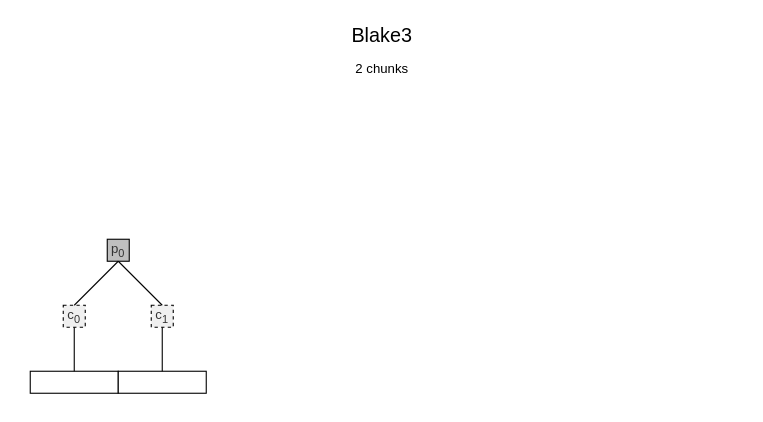
The draw.io diagram page "Blake-2" (2 of 26) of blake-tree.drawio in rklaehn/ipfs-embed-ipfs-camp-2022, before the edit. Source tidied: cells renumbered, new cells numbered last; positions are measured from the earlier drawing's top-left corner, leaving out a move shared by most shapes. Both pictures are drawn from the tidied source at 110%, with x=0, y=0 at pixel (19, 19).
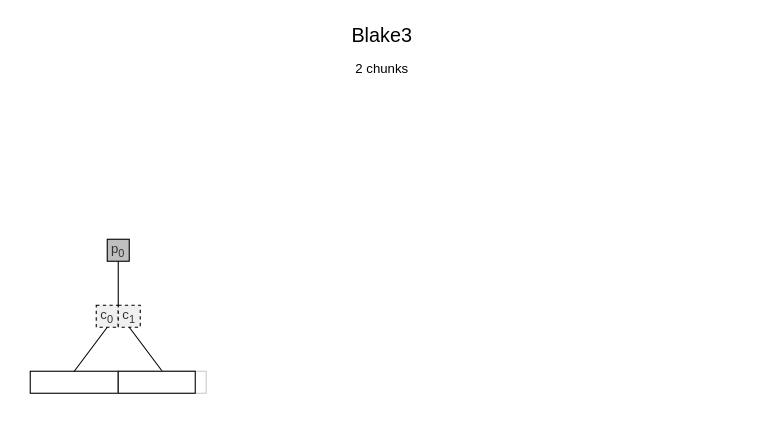
After the change.

Change to the diagram source:
```diff
@@
 <mxGraphModel>
   <root>
     <mxCell id="0" />
     <mxCell id="1" parent="0" />
     <mxCell id="2" style="rounded=0;whiteSpace=wrap;html=1;strokeColor=none;" parent="1" vertex="1">
       <mxGeometry width="660" height="350" as="geometry" />
     </mxCell>
     <mxCell id="3" value="2 chunks" style="text;html=1;strokeColor=none;fillColor=none;align=center;verticalAlign=middle;whiteSpace=wrap;rounded=0;" parent="1" vertex="1">
       <mxGeometry x="270" y="30" width="120" height="30" as="geometry" />
     </mxCell>
     <mxCell id="4" style="rounded=0;whiteSpace=wrap;html=1;" parent="1" vertex="1">
       <mxGeometry x="10" y="320" width="80" height="20" as="geometry" />
     </mxCell>
     <mxCell id="5" value="c&lt;sub&gt;0&lt;/sub&gt;" style="whiteSpace=wrap;html=1;fillColor=#F0F0F0;strokeColor=#000000;fontColor=#333333;dashed=1;" parent="1" vertex="1">
-      <mxGeometry x="40" y="260" width="20" height="20" as="geometry" />
+      <mxGeometry x="70" y="260" width="20" height="20" as="geometry" />
     </mxCell>
     <mxCell id="6" value="&lt;font style=&quot;font-size: 18px;&quot;&gt;Blake3&lt;/font&gt;" style="text;strokeColor=none;fillColor=none;align=center;verticalAlign=middle;spacingLeft=4;spacingRight=4;overflow=hidden;whiteSpace=wrap;html=1;" parent="1" vertex="1">
       <mxGeometry x="290" width="80" height="30" as="geometry" />
     </mxCell>
     <mxCell id="7" style="endArrow=none;html=1;rounded=0;fontSize=18;entryX=0.5;entryY=1;entryDx=0;entryDy=0;exitX=0.5;exitY=0;exitDx=0;exitDy=0;" parent="1" edge="1" source="4" target="5">
       <mxGeometry relative="1" as="geometry" />
     </mxCell>
-    <mxCell id="8" style="rounded=0;whiteSpace=wrap;html=1;" parent="1" vertex="1">
-      <mxGeometry x="90" y="320" width="80" height="20" as="geometry" />
-    </mxCell>
     <mxCell id="9" value="c&lt;sub&gt;1&lt;/sub&gt;" style="whiteSpace=wrap;html=1;fillColor=#F0F0F0;strokeColor=#000000;fontColor=#333333;dashed=1;" parent="1" vertex="1">
-      <mxGeometry x="120" y="260" width="20" height="20" as="geometry" />
+      <mxGeometry x="90" y="260" width="20" height="20" as="geometry" />
     </mxCell>
-    <mxCell id="10" style="endArrow=none;html=1;rounded=0;fontSize=18;entryX=0.5;entryY=1;entryDx=0;entryDy=0;exitX=0.5;exitY=0;exitDx=0;exitDy=0;" parent="1" edge="1" source="8" target="9">
-      <mxGeometry relative="1" as="geometry" />
+    <mxCell id="10" style="endArrow=none;html=1;rounded=0;fontSize=18;entryX=0.5;entryY=1;entryDx=0;entryDy=0;exitX=0.5;exitY=0;exitDx=0;exitDy=0;" parent="1" edge="1" target="9">
+      <mxGeometry relative="1" as="geometry">
+        <mxPoint x="130" y="320" as="sourcePoint" />
+      </mxGeometry>
     </mxCell>
     <mxCell id="11" value="p&lt;sub&gt;0&lt;/sub&gt;" style="whiteSpace=wrap;html=1;fillColor=#BFBFBF;strokeColor=#000000;fontColor=#333333;" parent="1" vertex="1">
       <mxGeometry x="80" y="200" width="20" height="20" as="geometry" />
     </mxCell>
-    <mxCell id="12" style="endArrow=none;html=1;rounded=0;fontSize=18;entryX=0.5;entryY=1;entryDx=0;entryDy=0;exitX=0.5;exitY=0;exitDx=0;exitDy=0;" parent="1" edge="1" source="5" target="11">
-      <mxGeometry relative="1" as="geometry" />
-    </mxCell>
-    <mxCell id="13" style="endArrow=none;html=1;rounded=0;fontSize=18;exitX=0.5;exitY=0;exitDx=0;exitDy=0;" parent="1" edge="1" source="9">
-      <mxGeometry relative="1" as="geometry">
-        <mxPoint x="90" y="220" as="targetPoint" />
-      </mxGeometry>
-    </mxCell>
+    <mxCell id="14" style="endArrow=none;html=1;rounded=0;strokeColor=#000000;exitX=0.5;exitY=1;exitDx=0;exitDy=0;entryX=0;entryY=0;entryDx=0;entryDy=0;" parent="1" edge="1" source="11" target="9">
+      <mxGeometry relative="1" as="geometry" />
+    </mxCell>
+    <mxCell id="15" style="rounded=0;whiteSpace=wrap;html=1;strokeColor=#CCCCCC;" parent="1" vertex="1">
+      <mxGeometry x="90" y="320" width="80" height="20" as="geometry" />
+    </mxCell>
+    <mxCell id="16" style="rounded=0;whiteSpace=wrap;html=1;strokeColor=#000000;fillColor=#FFFFFF;" parent="1" vertex="1">
+      <mxGeometry x="90" y="320" width="70" height="20" as="geometry" />
+    </mxCell>
   </root>
 </mxGraphModel>
```
